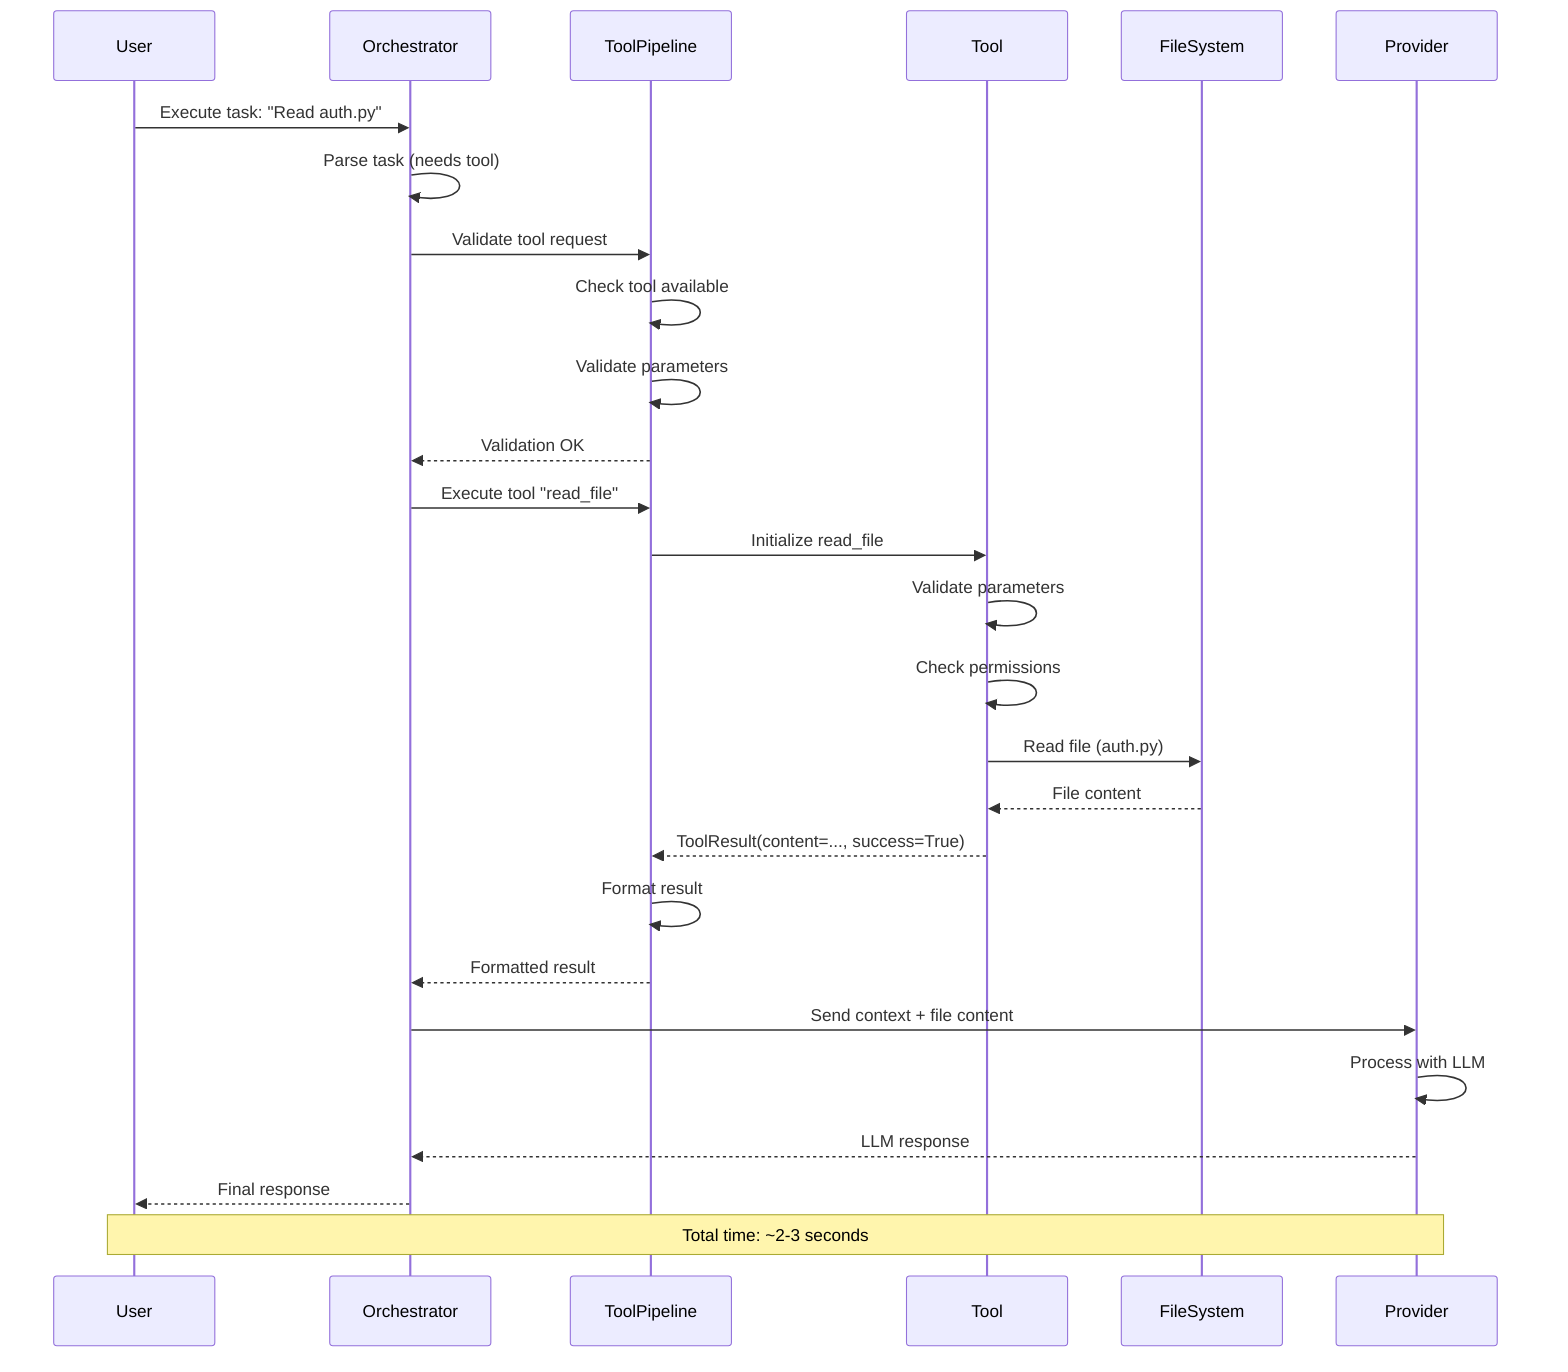
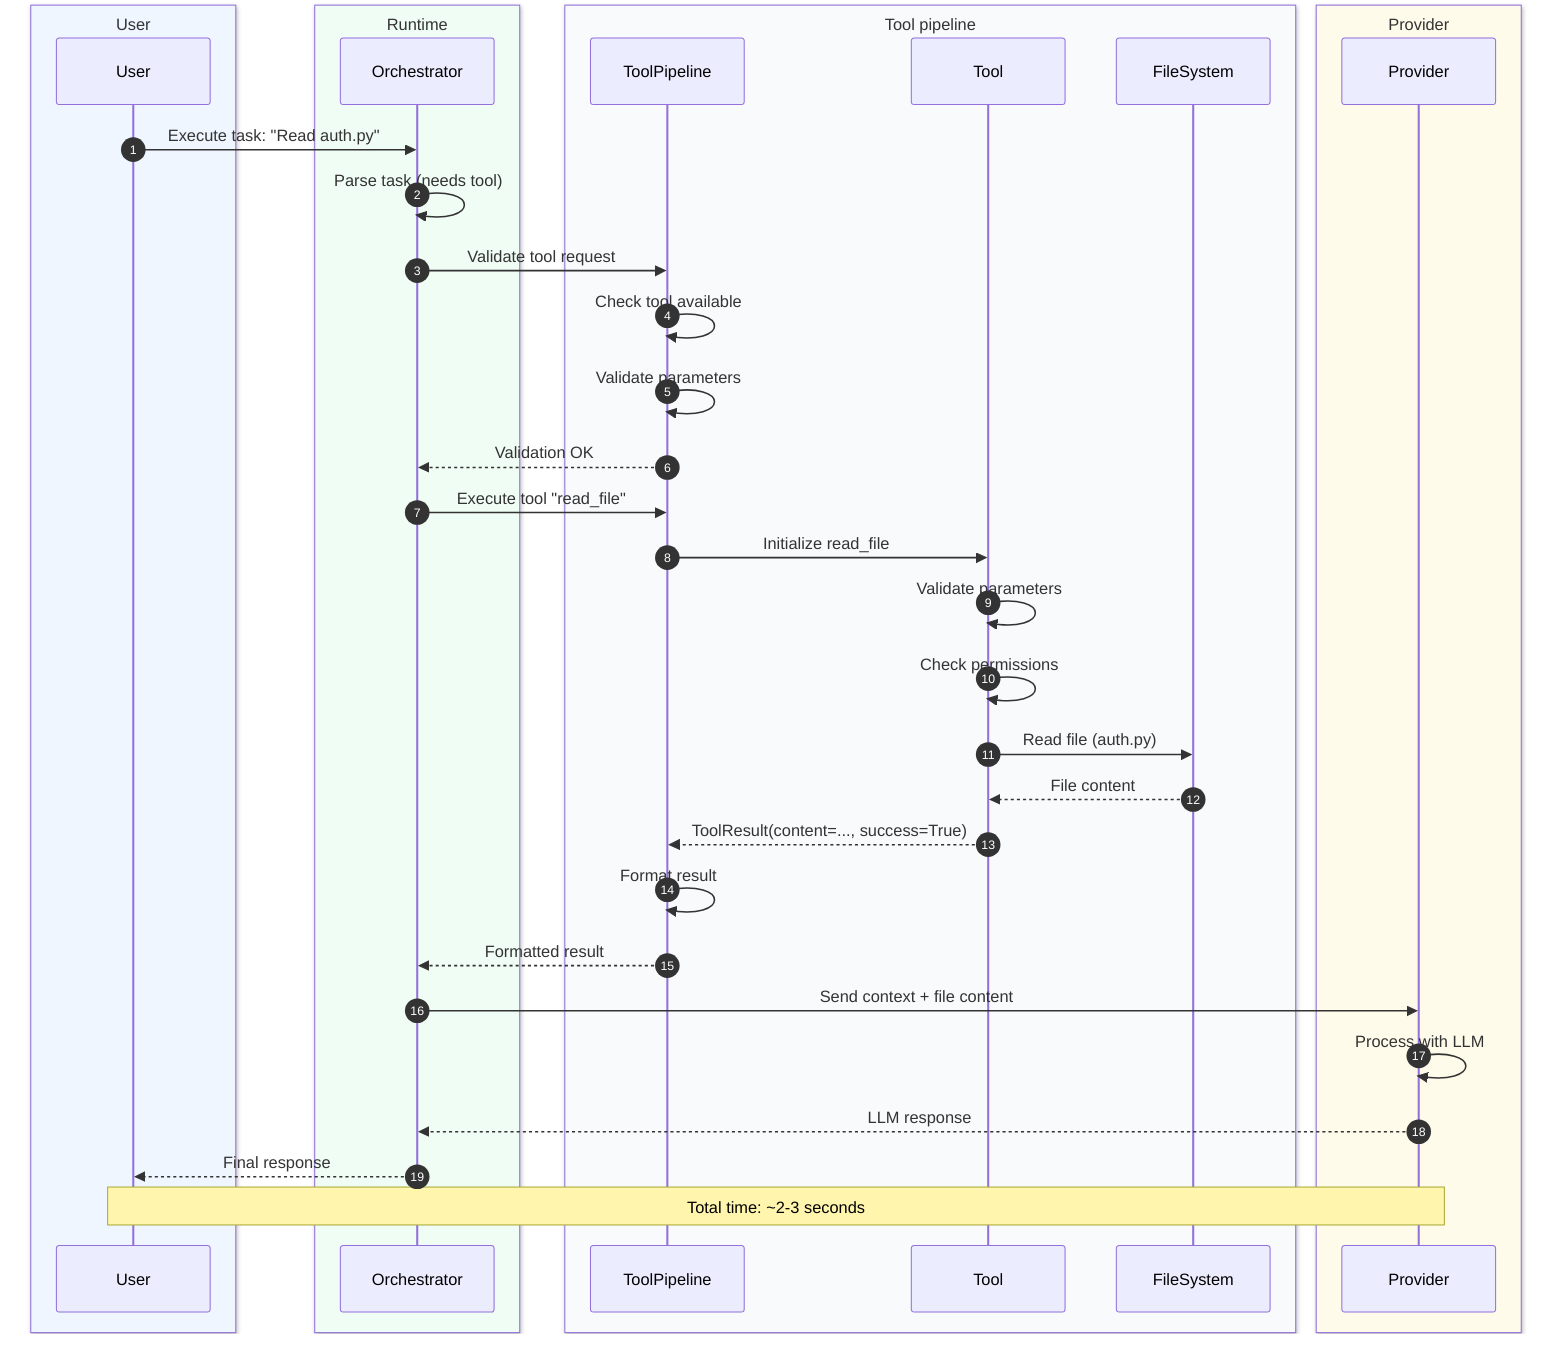
+ %% Tool execution: validate request -> pipeline -> tool -> result -> LLM.
sequenceDiagram
-     participant User
-     participant Orchestrator
-     participant ToolPipeline
-     participant Tool
-     participant FileSystem
-     participant Provider
+     autonumber
+     box rgb(239,246,255) User
+         participant User
+     end
+     box rgb(240,253,244) Runtime
+         participant Orchestrator
+     end
+     box rgb(248,250,252) Tool pipeline
+         participant ToolPipeline
+         participant Tool
+         participant FileSystem
+     end
+     box rgb(255,251,235) Provider
+         participant Provider
+     end

    %% Tool Execution Flow
    User->>Orchestrator: Execute task: "Read auth.py"
    Orchestrator->>Orchestrator: Parse task (needs tool)
    Orchestrator->>ToolPipeline: Validate tool request

    ToolPipeline->>ToolPipeline: Check tool available
    ToolPipeline->>ToolPipeline: Validate parameters
    ToolPipeline-->>Orchestrator: Validation OK

    Orchestrator->>ToolPipeline: Execute tool "read_file"
    ToolPipeline->>Tool: Initialize read_file
    Tool->>Tool: Validate parameters
    Tool->>Tool: Check permissions

    Tool->>FileSystem: Read file (auth.py)
    FileSystem-->>Tool: File content
    Tool-->>ToolPipeline: ToolResult(content=..., success=True)

    ToolPipeline->>ToolPipeline: Format result
    ToolPipeline-->>Orchestrator: Formatted result

    Orchestrator->>Provider: Send context + file content
    Provider->>Provider: Process with LLM
    Provider-->>Orchestrator: LLM response

    Orchestrator-->>User: Final response

    Note over User,Provider: Total time: ~2-3 seconds
